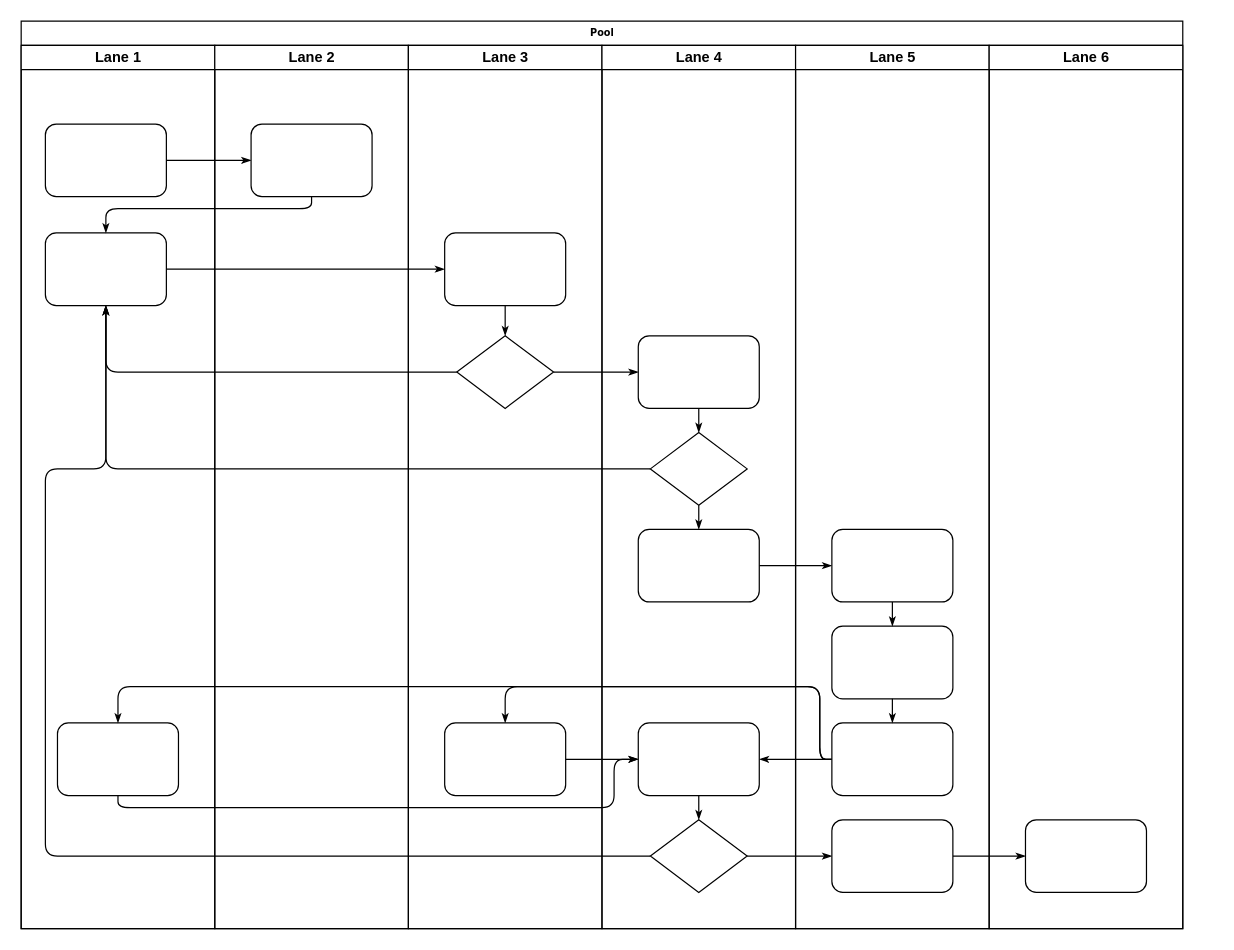
Above: 镜像构建流程图/未命名绘图.drawio in Zeno-sole/drawio-file (draw.io), before the change. Source tidied: cells renumbered, new cells numbered last; positions are measured from the earlier drawing's top-left corner, leaving out a move shared by most shapes. Both pictures are drawn from the tidied source at 121%, with x=0, y=0 at pixel (21, 21).
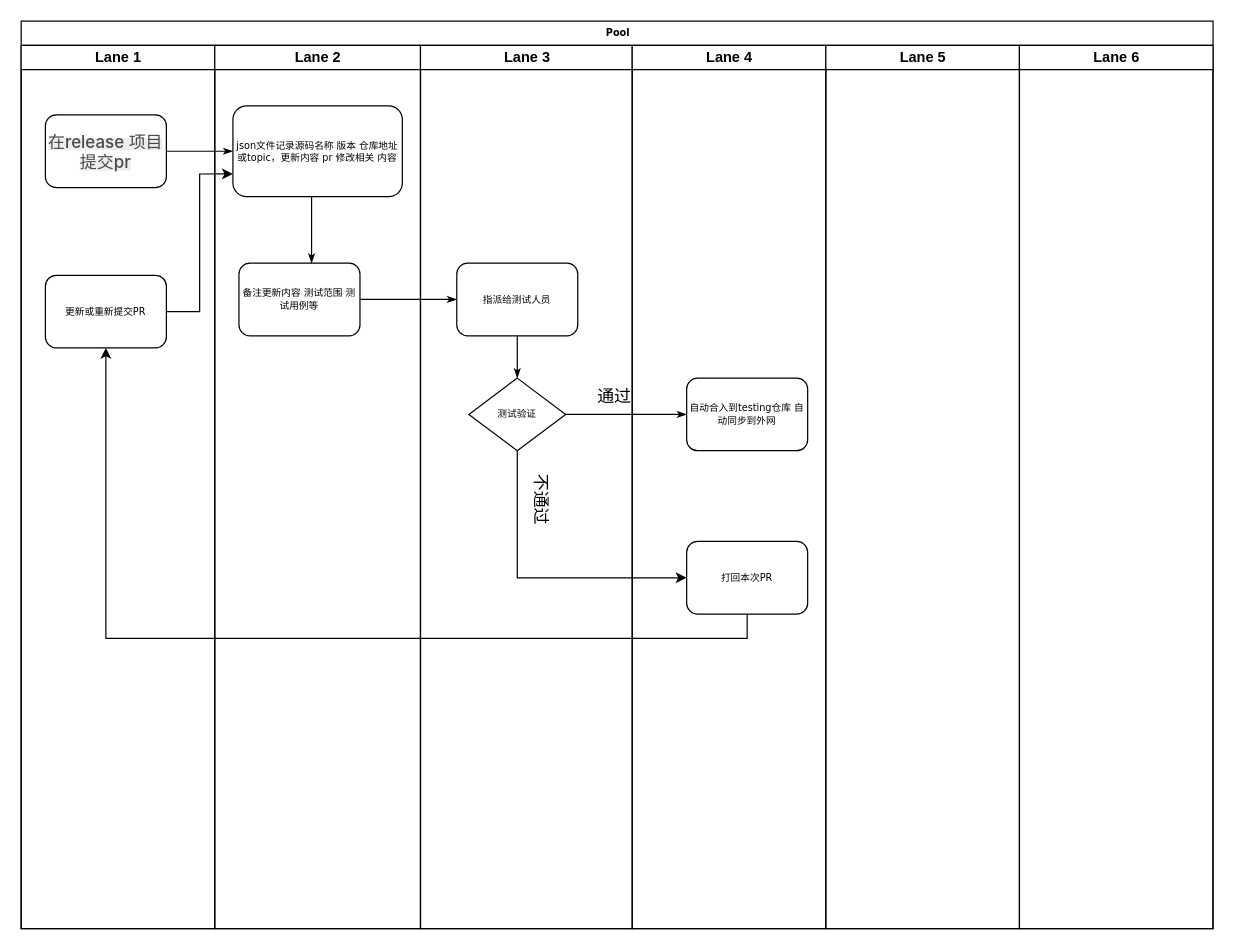
The same diagram, later.

Commit message:
软件包更新流程.drawio

The change refers to these unchanged cells:
```xml
<mxCell id="3" value="Lane 1" style="swimlane;html=1;startSize=20;" parent="2" vertex="1">
  <mxGeometry y="20" width="160" height="730" as="geometry" />
</mxCell>
```

Change to the diagram source:
```diff
@@
     <mxCell id="2" value="Pool" style="swimlane;html=1;startSize=20;rounded=0;shadow=0;labelBackgroundColor=none;strokeWidth=1;fontFamily=Verdana;fontSize=8;align=center;" parent="1" vertex="1">
-      <mxGeometry width="960" height="750" as="geometry" />
+      <mxGeometry width="985" height="750" as="geometry" />
     </mxCell>
@@
-    <mxCell id="4" style="rounded=1;whiteSpace=wrap;html=1;shadow=0;labelBackgroundColor=none;strokeWidth=1;fontFamily=Verdana;fontSize=8;align=center;" parent="3" vertex="1">
-      <mxGeometry x="20" y="65" width="100" height="60" as="geometry" />
+    <mxCell id="4" value="&lt;span style=&quot;color: rgb(73, 73, 73); font-family: -apple-system, BlinkMacSystemFont, &amp;quot;PingFang SC&amp;quot;, Helvetica, Tahoma, Arial, &amp;quot;Microsoft YaHei&amp;quot;, 微软雅黑, 黑体, Heiti, sans-serif, SimSun, 宋体, serif; font-style: normal; font-variant-ligatures: normal; font-variant-caps: normal; font-weight: 500; letter-spacing: normal; orphans: 2; text-align: center; text-indent: 0px; text-transform: none; widows: 2; word-spacing: 0px; -webkit-text-stroke-width: 0px; background-color: rgb(237, 237, 237); text-decoration-thickness: initial; text-decoration-style: initial; text-decoration-color: initial; float: none; display: inline !important;&quot;&gt;&lt;font style=&quot;font-size: 14px;&quot;&gt;在release 项目提交pr&lt;/font&gt;&lt;/span&gt;" style="rounded=1;whiteSpace=wrap;html=1;shadow=0;labelBackgroundColor=none;strokeWidth=1;fontFamily=Verdana;fontSize=8;align=center;" parent="3" vertex="1">
+      <mxGeometry x="20" y="57.5" width="100" height="60" as="geometry" />
     </mxCell>
-    <mxCell id="5" style="rounded=1;whiteSpace=wrap;html=1;shadow=0;labelBackgroundColor=none;strokeWidth=1;fontFamily=Verdana;fontSize=8;align=center;" parent="3" vertex="1">
-      <mxGeometry x="20" y="155" width="100" height="60" as="geometry" />
-    </mxCell>
-    <mxCell id="6" style="rounded=1;whiteSpace=wrap;html=1;shadow=0;labelBackgroundColor=none;strokeWidth=1;fontFamily=Verdana;fontSize=8;align=center;" parent="3" vertex="1">
-      <mxGeometry x="30" y="560" width="100" height="60" as="geometry" />
-    </mxCell>
+    <mxCell id="47" value="更新或重新提交PR" style="rounded=1;whiteSpace=wrap;html=1;shadow=0;labelBackgroundColor=none;strokeWidth=1;fontFamily=Verdana;fontSize=8;align=center;" parent="3" vertex="1">
+      <mxGeometry x="20" y="190" width="100" height="60" as="geometry" />
+    </mxCell>
@@
-    <mxCell id="8" style="edgeStyle=orthogonalEdgeStyle;rounded=1;html=1;labelBackgroundColor=none;startArrow=none;startFill=0;startSize=5;endArrow=classicThin;endFill=1;endSize=5;jettySize=auto;strokeWidth=1;fontFamily=Verdana;fontSize=8;" parent="2" edge="1" source="23" target="5">
-      <mxGeometry relative="1" as="geometry">
-        <Array as="points">
-          <mxPoint x="240" y="155" />
-          <mxPoint x="70" y="155" />
-        </Array>
-      </mxGeometry>
-    </mxCell>
@@
-    <mxCell id="10" style="edgeStyle=orthogonalEdgeStyle;rounded=1;html=1;labelBackgroundColor=none;startArrow=none;startFill=0;startSize=5;endArrow=classicThin;endFill=1;endSize=5;jettySize=auto;strokeWidth=1;fontFamily=Verdana;fontSize=8;" parent="2" edge="1" source="26" target="5">
-      <mxGeometry relative="1" as="geometry" />
-    </mxCell>
-    <mxCell id="11" style="edgeStyle=orthogonalEdgeStyle;rounded=1;html=1;labelBackgroundColor=none;startArrow=none;startFill=0;startSize=5;endArrow=classicThin;endFill=1;endSize=5;jettySize=auto;strokeWidth=1;fontFamily=Verdana;fontSize=8;" parent="2" edge="1" source="31" target="5">
-      <mxGeometry relative="1" as="geometry" />
-    </mxCell>
-    <mxCell id="12" style="edgeStyle=orthogonalEdgeStyle;rounded=1;html=1;labelBackgroundColor=none;startArrow=none;startFill=0;startSize=5;endArrow=classicThin;endFill=1;endSize=5;jettySize=auto;strokeWidth=1;fontFamily=Verdana;fontSize=8;" parent="2" edge="1" source="34" target="5">
-      <mxGeometry relative="1" as="geometry">
-        <Array as="points">
-          <mxPoint x="20" y="690" />
-          <mxPoint x="20" y="370" />
-          <mxPoint x="70" y="370" />
-        </Array>
-      </mxGeometry>
-    </mxCell>
@@
-    <mxCell id="14" style="edgeStyle=orthogonalEdgeStyle;rounded=1;html=1;labelBackgroundColor=none;startArrow=none;startFill=0;startSize=5;endArrow=classicThin;endFill=1;endSize=5;jettySize=auto;strokeWidth=1;fontFamily=Verdana;fontSize=8;" parent="2" edge="1" source="34" target="42">
-      <mxGeometry relative="1" as="geometry" />
-    </mxCell>
-    <mxCell id="15" style="edgeStyle=orthogonalEdgeStyle;rounded=1;html=1;labelBackgroundColor=none;startArrow=none;startFill=0;startSize=5;endArrow=classicThin;endFill=1;endSize=5;jettySize=auto;strokeWidth=1;fontFamily=Verdana;fontSize=8;" parent="2" edge="1" source="42" target="46">
-      <mxGeometry relative="1" as="geometry" />
-    </mxCell>
-    <mxCell id="16" style="edgeStyle=orthogonalEdgeStyle;rounded=1;html=1;labelBackgroundColor=none;startArrow=none;startFill=0;startSize=5;endArrow=classicThin;endFill=1;endSize=5;jettySize=auto;strokeWidth=1;fontFamily=Verdana;fontSize=8;" parent="2" edge="1" source="32" target="39">
-      <mxGeometry relative="1" as="geometry" />
-    </mxCell>
-    <mxCell id="17" style="edgeStyle=orthogonalEdgeStyle;rounded=1;html=1;labelBackgroundColor=none;startArrow=none;startFill=0;startSize=5;endArrow=classicThin;endFill=1;endSize=5;jettySize=auto;strokeWidth=1;fontFamily=Verdana;fontSize=8;" parent="2" edge="1" source="41" target="27">
-      <mxGeometry relative="1" as="geometry">
-        <Array as="points">
-          <mxPoint x="660" y="610" />
-          <mxPoint x="660" y="550" />
-          <mxPoint x="400" y="550" />
-        </Array>
-      </mxGeometry>
-    </mxCell>
-    <mxCell id="18" style="edgeStyle=orthogonalEdgeStyle;rounded=1;html=1;labelBackgroundColor=none;startArrow=none;startFill=0;startSize=5;endArrow=classicThin;endFill=1;endSize=5;jettySize=auto;strokeColor=#000000;strokeWidth=1;fontFamily=Verdana;fontSize=8;fontColor=#000000;" parent="2" edge="1" source="41" target="33">
-      <mxGeometry relative="1" as="geometry" />
-    </mxCell>
-    <mxCell id="19" style="edgeStyle=orthogonalEdgeStyle;rounded=1;html=1;labelBackgroundColor=none;startArrow=none;startFill=0;startSize=5;endArrow=classicThin;endFill=1;endSize=5;jettySize=auto;strokeWidth=1;fontFamily=Verdana;fontSize=8;" parent="2" edge="1" source="41" target="6">
-      <mxGeometry relative="1" as="geometry">
-        <Array as="points">
-          <mxPoint x="660" y="610" />
-          <mxPoint x="660" y="550" />
-          <mxPoint x="80" y="550" />
-        </Array>
-      </mxGeometry>
-    </mxCell>
-    <mxCell id="20" style="edgeStyle=orthogonalEdgeStyle;rounded=1;html=1;labelBackgroundColor=none;startArrow=none;startFill=0;startSize=5;endArrow=classicThin;endFill=1;endSize=5;jettySize=auto;strokeWidth=1;fontFamily=Verdana;fontSize=8;" parent="2" edge="1" source="6" target="33">
-      <mxGeometry relative="1" as="geometry">
-        <Array as="points">
-          <mxPoint x="80" y="650" />
-          <mxPoint x="490" y="650" />
-          <mxPoint x="490" y="610" />
-        </Array>
-      </mxGeometry>
-    </mxCell>
-    <mxCell id="21" style="edgeStyle=orthogonalEdgeStyle;rounded=1;html=1;labelBackgroundColor=none;startArrow=none;startFill=0;startSize=5;endArrow=classicThin;endFill=1;endSize=5;jettySize=auto;strokeWidth=1;fontFamily=Verdana;fontSize=8;" parent="2" edge="1" source="27" target="33">
-      <mxGeometry relative="1" as="geometry" />
-    </mxCell>
     <mxCell id="22" value="Lane 2" style="swimlane;html=1;startSize=20;" parent="2" vertex="1">
-      <mxGeometry x="160" y="20" width="160" height="730" as="geometry" />
+      <mxGeometry x="160" y="20" width="170" height="730" as="geometry" />
     </mxCell>
-    <mxCell id="23" style="rounded=1;whiteSpace=wrap;html=1;shadow=0;labelBackgroundColor=none;strokeWidth=1;fontFamily=Verdana;fontSize=8;align=center;" parent="22" vertex="1">
-      <mxGeometry x="30" y="65" width="100" height="60" as="geometry" />
+    <mxCell id="23" value="json文件记录源码名称 版本 仓库地址或topic，更新内容 pr 修改相关 内容" style="rounded=1;whiteSpace=wrap;html=1;shadow=0;labelBackgroundColor=none;strokeWidth=1;fontFamily=Verdana;fontSize=8;align=center;" parent="22" vertex="1">
+      <mxGeometry x="15" y="50" width="140" height="75" as="geometry" />
     </mxCell>
+    <mxCell id="5" value="备注更新内容 测试范围 测试用例等" style="rounded=1;whiteSpace=wrap;html=1;shadow=0;labelBackgroundColor=none;strokeWidth=1;fontFamily=Verdana;fontSize=8;align=center;" parent="22" vertex="1">
+      <mxGeometry x="20" y="180" width="100" height="60" as="geometry" />
+    </mxCell>
+    <mxCell id="8" style="edgeStyle=orthogonalEdgeStyle;rounded=1;html=1;labelBackgroundColor=none;startArrow=none;startFill=0;startSize=5;endArrow=classicThin;endFill=1;endSize=5;jettySize=auto;strokeWidth=1;fontFamily=Verdana;fontSize=8;" parent="22" edge="1" source="23" target="5">
+      <mxGeometry relative="1" as="geometry">
+        <Array as="points">
+          <mxPoint x="80" y="150" />
+          <mxPoint x="80" y="150" />
+        </Array>
+      </mxGeometry>
+    </mxCell>
     <mxCell id="24" value="Lane 3" style="swimlane;html=1;startSize=20;" parent="2" vertex="1">
-      <mxGeometry x="320" y="20" width="160" height="730" as="geometry" />
+      <mxGeometry x="330" y="20" width="175" height="730" as="geometry" />
     </mxCell>
-    <mxCell id="25" style="rounded=1;whiteSpace=wrap;html=1;shadow=0;labelBackgroundColor=none;strokeWidth=1;fontFamily=Verdana;fontSize=8;align=center;" parent="24" vertex="1">
-      <mxGeometry x="30" y="155" width="100" height="60" as="geometry" />
+    <mxCell id="25" value="指派给测试人员" style="rounded=1;whiteSpace=wrap;html=1;shadow=0;labelBackgroundColor=none;strokeWidth=1;fontFamily=Verdana;fontSize=8;align=center;" parent="24" vertex="1">
+      <mxGeometry x="30" y="180" width="100" height="60" as="geometry" />
     </mxCell>
-    <mxCell id="26" style="rhombus;whiteSpace=wrap;html=1;rounded=0;shadow=0;labelBackgroundColor=none;strokeWidth=1;fontFamily=Verdana;fontSize=8;align=center;" parent="24" vertex="1">
-      <mxGeometry x="40" y="240" width="80" height="60" as="geometry" />
+    <mxCell id="26" value="测试验证" style="rhombus;whiteSpace=wrap;html=1;rounded=0;shadow=0;labelBackgroundColor=none;strokeWidth=1;fontFamily=Verdana;fontSize=8;align=center;" parent="24" vertex="1">
+      <mxGeometry x="40" y="275" width="80" height="60" as="geometry" />
     </mxCell>
-    <mxCell id="27" style="rounded=1;whiteSpace=wrap;html=1;shadow=0;labelBackgroundColor=none;strokeWidth=1;fontFamily=Verdana;fontSize=8;align=center;" parent="24" vertex="1">
-      <mxGeometry x="30" y="560" width="100" height="60" as="geometry" />
-    </mxCell>
@@
+    <mxCell id="48" value="通过" style="text;html=1;align=center;verticalAlign=middle;fillColor=none;strokeColor=none;rounded=0;fontSize=14;" parent="24" vertex="1">
+      <mxGeometry x="135" y="275" width="50" height="30" as="geometry" />
+    </mxCell>
+    <mxCell id="49" value="不通过" style="text;html=1;align=center;verticalAlign=middle;fillColor=none;strokeColor=none;rounded=0;fontSize=14;rotation=90;" parent="24" vertex="1">
+      <mxGeometry x="65" y="360" width="70" height="30" as="geometry" />
+    </mxCell>
     <mxCell id="29" value="Lane 4" style="swimlane;html=1;startSize=20;" parent="2" vertex="1">
-      <mxGeometry x="480" y="20" width="160" height="730" as="geometry" />
+      <mxGeometry x="505" y="20" width="160" height="730" as="geometry" />
     </mxCell>
-    <mxCell id="30" style="rounded=1;whiteSpace=wrap;html=1;shadow=0;labelBackgroundColor=none;strokeWidth=1;fontFamily=Verdana;fontSize=8;align=center;" parent="29" vertex="1">
-      <mxGeometry x="30" y="240" width="100" height="60" as="geometry" />
+    <mxCell id="30" value="自动合入到testing仓库 自动同步到外网" style="rounded=1;whiteSpace=wrap;html=1;shadow=0;labelBackgroundColor=none;strokeWidth=1;fontFamily=Verdana;fontSize=8;align=center;" parent="29" vertex="1">
+      <mxGeometry x="45" y="275" width="100" height="60" as="geometry" />
     </mxCell>
-    <mxCell id="31" style="rhombus;whiteSpace=wrap;html=1;rounded=0;shadow=0;labelBackgroundColor=none;strokeWidth=1;fontFamily=Verdana;fontSize=8;align=center;" parent="29" vertex="1">
-      <mxGeometry x="40" y="320" width="80" height="60" as="geometry" />
-    </mxCell>
-    <mxCell id="32" style="rounded=1;whiteSpace=wrap;html=1;shadow=0;labelBackgroundColor=none;strokeWidth=1;fontFamily=Verdana;fontSize=8;align=center;" parent="29" vertex="1">
-      <mxGeometry x="30" y="400" width="100" height="60" as="geometry" />
-    </mxCell>
-    <mxCell id="33" style="rounded=1;whiteSpace=wrap;html=1;shadow=0;labelBackgroundColor=none;strokeWidth=1;fontFamily=Verdana;fontSize=8;align=center;" parent="29" vertex="1">
-      <mxGeometry x="30" y="560" width="100" height="60" as="geometry" />
-    </mxCell>
-    <mxCell id="34" style="rhombus;whiteSpace=wrap;html=1;rounded=0;shadow=0;labelBackgroundColor=none;strokeWidth=1;fontFamily=Verdana;fontSize=8;align=center;" parent="29" vertex="1">
-      <mxGeometry x="40" y="640" width="80" height="60" as="geometry" />
-    </mxCell>
-    <mxCell id="35" style="edgeStyle=orthogonalEdgeStyle;rounded=1;html=1;labelBackgroundColor=none;startArrow=none;startFill=0;startSize=5;endArrow=classicThin;endFill=1;endSize=5;jettySize=auto;strokeColor=#000000;strokeWidth=1;fontFamily=Verdana;fontSize=8;fontColor=#000000;" parent="29" edge="1" source="30" target="31">
-      <mxGeometry relative="1" as="geometry" />
-    </mxCell>
-    <mxCell id="36" style="edgeStyle=orthogonalEdgeStyle;rounded=1;html=1;labelBackgroundColor=none;startArrow=none;startFill=0;startSize=5;endArrow=classicThin;endFill=1;endSize=5;jettySize=auto;strokeWidth=1;fontFamily=Verdana;fontSize=8;" parent="29" edge="1" source="31" target="32">
-      <mxGeometry relative="1" as="geometry" />
-    </mxCell>
-    <mxCell id="37" style="edgeStyle=orthogonalEdgeStyle;rounded=1;html=1;labelBackgroundColor=none;startArrow=none;startFill=0;startSize=5;endArrow=classicThin;endFill=1;endSize=5;jettySize=auto;strokeWidth=1;fontFamily=Verdana;fontSize=8;" parent="29" edge="1" source="33" target="34">
-      <mxGeometry relative="1" as="geometry" />
-    </mxCell>
+    <mxCell id="50" value="打回本次PR" style="rounded=1;whiteSpace=wrap;html=1;shadow=0;labelBackgroundColor=none;strokeWidth=1;fontFamily=Verdana;fontSize=8;align=center;" parent="29" vertex="1">
+      <mxGeometry x="45" y="410" width="100" height="60" as="geometry" />
+    </mxCell>
     <mxCell id="38" value="Lane 5" style="swimlane;html=1;startSize=20;" parent="2" vertex="1">
-      <mxGeometry x="640" y="20" width="160" height="730" as="geometry" />
+      <mxGeometry x="665" y="20" width="160" height="730" as="geometry" />
     </mxCell>
-    <mxCell id="39" style="rounded=1;whiteSpace=wrap;html=1;shadow=0;labelBackgroundColor=none;strokeWidth=1;fontFamily=Verdana;fontSize=8;align=center;" parent="38" vertex="1">
-      <mxGeometry x="30" y="400" width="100" height="60" as="geometry" />
-    </mxCell>
-    <mxCell id="40" style="rounded=1;whiteSpace=wrap;html=1;shadow=0;labelBackgroundColor=none;strokeWidth=1;fontFamily=Verdana;fontSize=8;align=center;" parent="38" vertex="1">
-      <mxGeometry x="30" y="480" width="100" height="60" as="geometry" />
-    </mxCell>
-    <mxCell id="41" style="rounded=1;whiteSpace=wrap;html=1;shadow=0;labelBackgroundColor=none;strokeWidth=1;fontFamily=Verdana;fontSize=8;align=center;" parent="38" vertex="1">
-      <mxGeometry x="30" y="560" width="100" height="60" as="geometry" />
-    </mxCell>
-    <mxCell id="42" style="rounded=1;whiteSpace=wrap;html=1;shadow=0;labelBackgroundColor=none;strokeWidth=1;fontFamily=Verdana;fontSize=8;align=center;" parent="38" vertex="1">
-      <mxGeometry x="30" y="640" width="100" height="60" as="geometry" />
-    </mxCell>
-    <mxCell id="43" style="edgeStyle=orthogonalEdgeStyle;rounded=1;html=1;labelBackgroundColor=none;startArrow=none;startFill=0;startSize=5;endArrow=classicThin;endFill=1;endSize=5;jettySize=auto;strokeWidth=1;fontFamily=Verdana;fontSize=8;" parent="38" edge="1" source="39" target="40">
-      <mxGeometry relative="1" as="geometry" />
-    </mxCell>
-    <mxCell id="44" style="edgeStyle=orthogonalEdgeStyle;rounded=1;html=1;labelBackgroundColor=none;startArrow=none;startFill=0;startSize=5;endArrow=classicThin;endFill=1;endSize=5;jettySize=auto;strokeWidth=1;fontFamily=Verdana;fontSize=8;" parent="38" edge="1" source="40" target="41">
-      <mxGeometry relative="1" as="geometry" />
-    </mxCell>
     <mxCell id="45" value="Lane 6" style="swimlane;html=1;startSize=20;" parent="2" vertex="1">
-      <mxGeometry x="800" y="20" width="160" height="730" as="geometry" />
+      <mxGeometry x="825" y="20" width="160" height="730" as="geometry" />
     </mxCell>
-    <mxCell id="46" style="rounded=1;whiteSpace=wrap;html=1;shadow=0;labelBackgroundColor=none;strokeWidth=1;fontFamily=Verdana;fontSize=8;align=center;" parent="45" vertex="1">
-      <mxGeometry x="30" y="640" width="100" height="60" as="geometry" />
-    </mxCell>
+    <mxCell id="51" style="edgeStyle=orthogonalEdgeStyle;rounded=0;jettySize=auto;html=1;exitX=0.5;exitY=1;exitDx=0;exitDy=0;fontSize=14;entryX=0;entryY=0.5;entryDx=0;entryDy=0;" parent="2" edge="1" source="26" target="50">
+      <mxGeometry relative="1" as="geometry" />
+    </mxCell>
+    <mxCell id="52" style="edgeStyle=orthogonalEdgeStyle;rounded=0;jettySize=auto;html=1;exitX=0.5;exitY=1;exitDx=0;exitDy=0;entryX=0.5;entryY=1;entryDx=0;entryDy=0;fontSize=14;" parent="2" edge="1" source="50" target="47">
+      <mxGeometry relative="1" as="geometry" />
+    </mxCell>
+    <mxCell id="53" style="edgeStyle=orthogonalEdgeStyle;rounded=0;jettySize=auto;html=1;exitX=1;exitY=0.5;exitDx=0;exitDy=0;entryX=0;entryY=0.75;entryDx=0;entryDy=0;fontSize=14;" parent="2" edge="1" source="47" target="23">
+      <mxGeometry relative="1" as="geometry" />
+    </mxCell>
```
